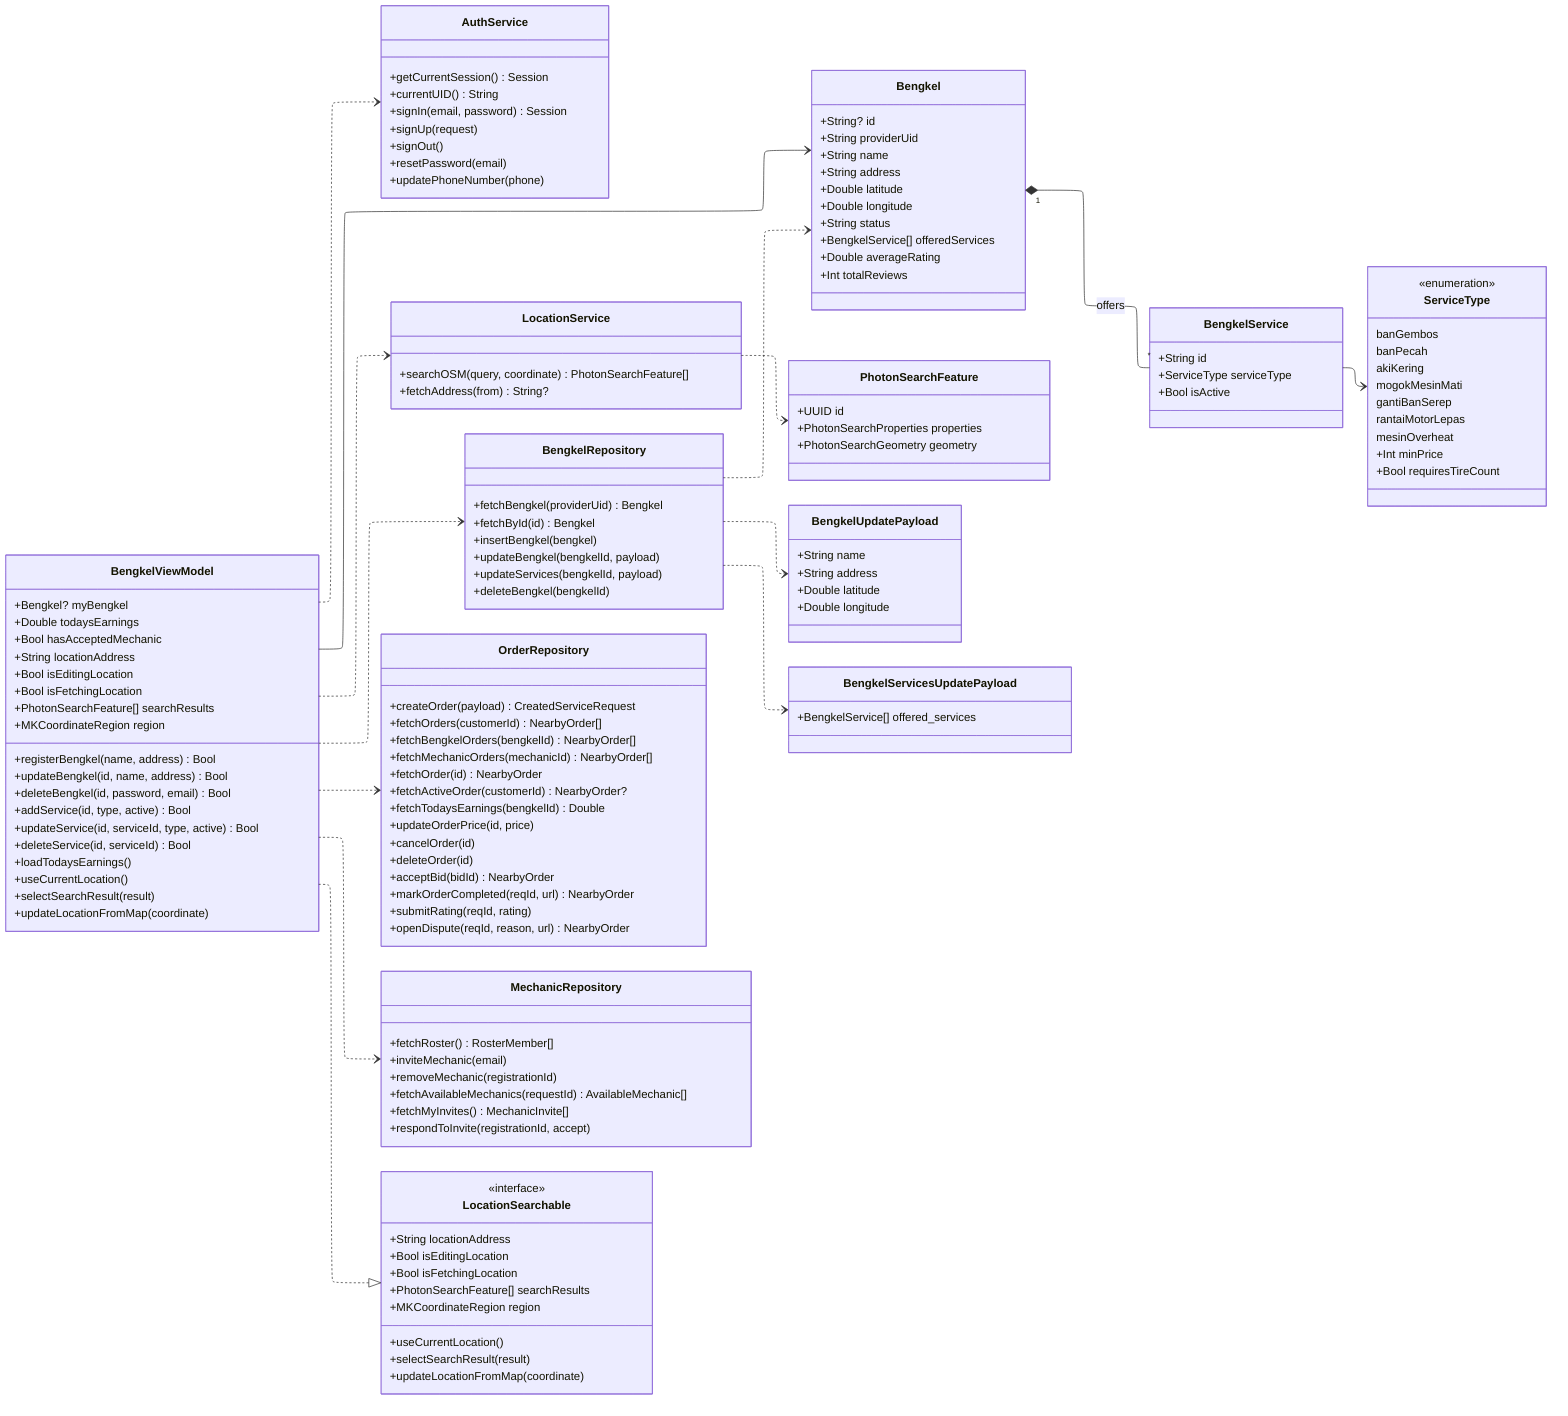
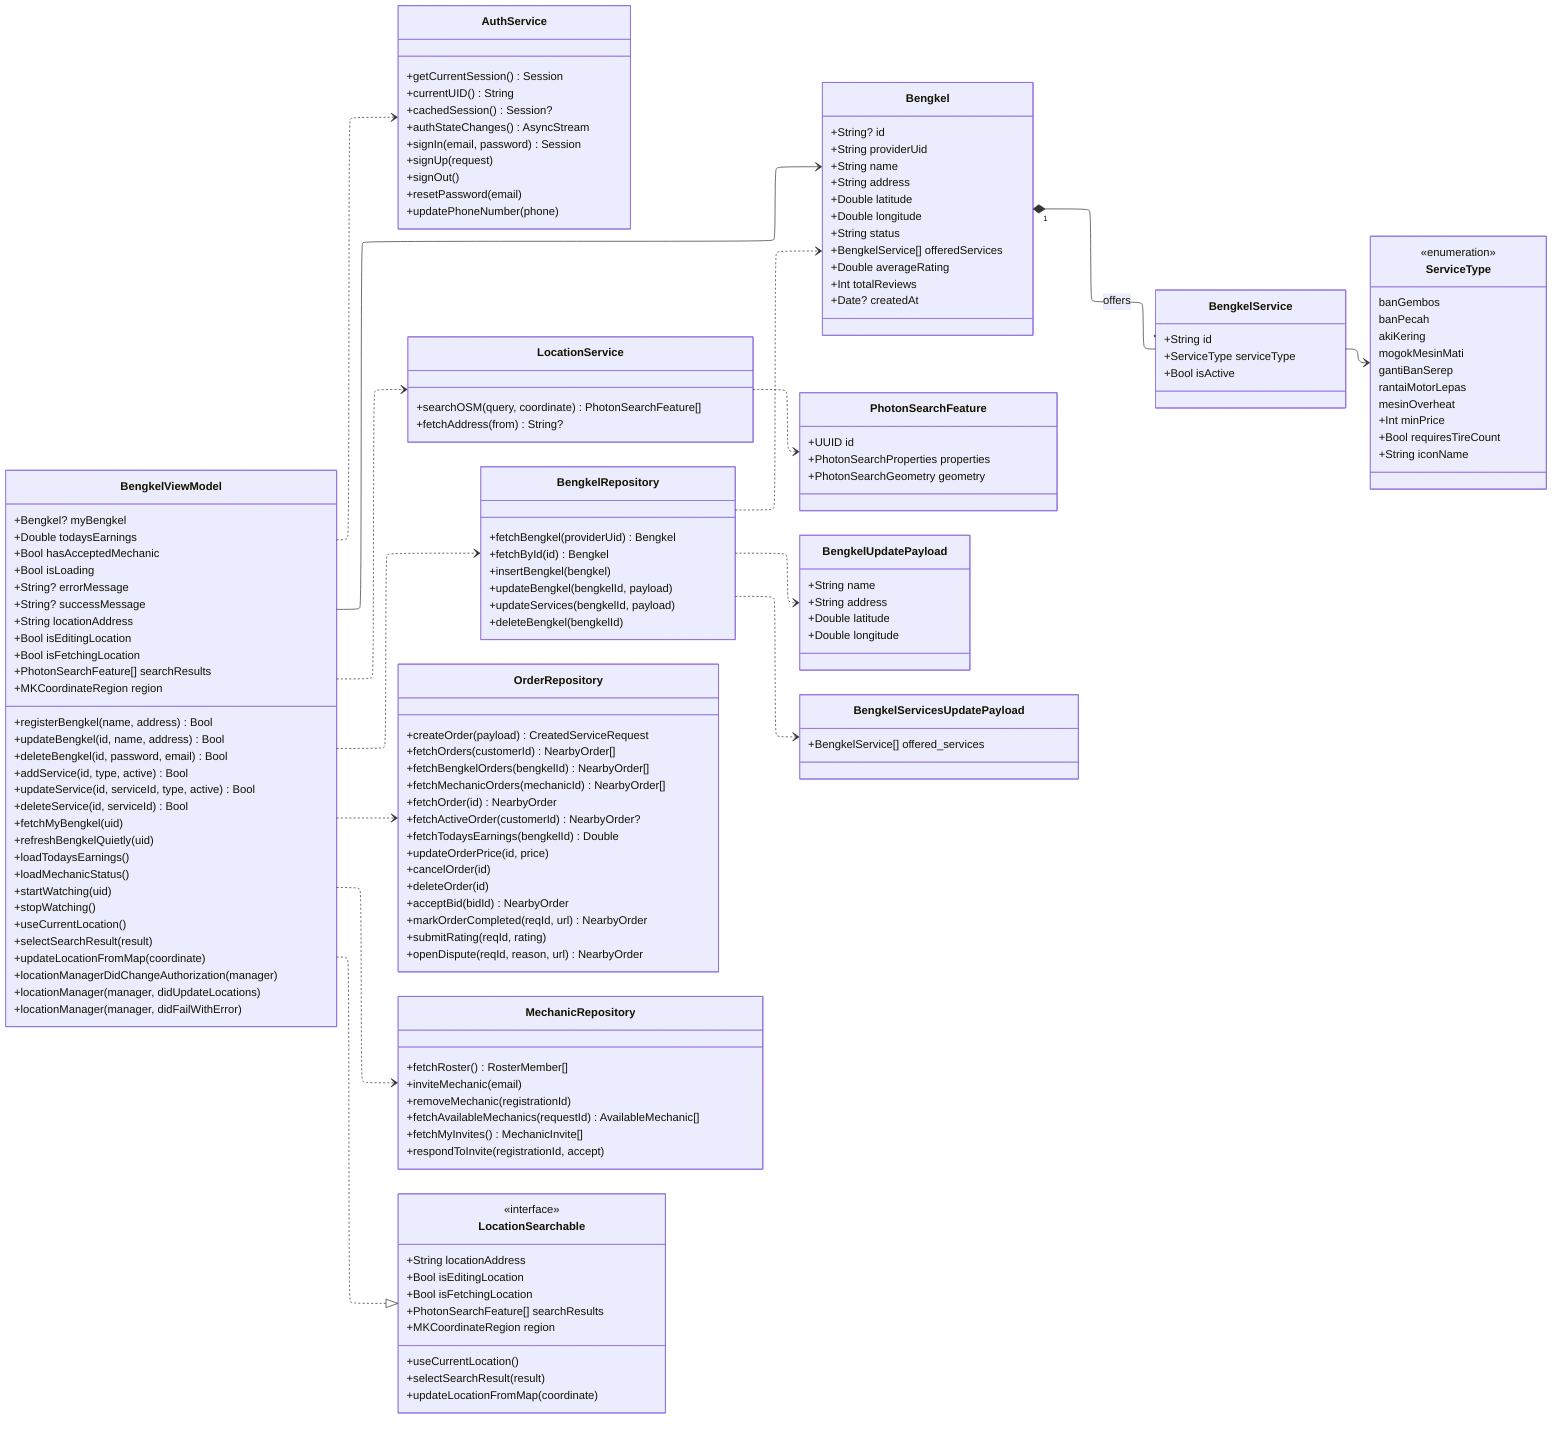
---
config:
  layout: elk
  elk:
    nodePlacementStrategy: LINEAR_SEGMENTS
    mergeEdges: false
---
classDiagram
    direction LR

    class AuthService {
        +getCurrentSession() Session
        +currentUID() String
+         +cachedSession() Session?
+         +authStateChanges() AsyncStream
        +signIn(email, password) Session
        +signUp(request)
        +signOut()
        +resetPassword(email)
        +updatePhoneNumber(phone)
    }
    class LocationService {
        +searchOSM(query, coordinate) PhotonSearchFeature[]
        +fetchAddress(from) String?
    }
    class BengkelRepository {
        +fetchBengkel(providerUid) Bengkel
        +fetchById(id) Bengkel
        +insertBengkel(bengkel)
        +updateBengkel(bengkelId, payload)
        +updateServices(bengkelId, payload)
        +deleteBengkel(bengkelId)
    }
    class OrderRepository {
        +createOrder(payload) CreatedServiceRequest
        +fetchOrders(customerId) NearbyOrder[]
        +fetchBengkelOrders(bengkelId) NearbyOrder[]
        +fetchMechanicOrders(mechanicId) NearbyOrder[]
        +fetchOrder(id) NearbyOrder
        +fetchActiveOrder(customerId) NearbyOrder?
        +fetchTodaysEarnings(bengkelId) Double
        +updateOrderPrice(id, price)
        +cancelOrder(id)
        +deleteOrder(id)
        +acceptBid(bidId) NearbyOrder
        +markOrderCompleted(reqId, url) NearbyOrder
        +submitRating(reqId, rating)
        +openDispute(reqId, reason, url) NearbyOrder
    }
    class MechanicRepository {
        +fetchRoster() RosterMember[]
        +inviteMechanic(email)
        +removeMechanic(registrationId)
        +fetchAvailableMechanics(requestId) AvailableMechanic[]
        +fetchMyInvites() MechanicInvite[]
        +respondToInvite(registrationId, accept)
    }
    class Bengkel {
        +String? id
        +String providerUid
        +String name
        +String address
        +Double latitude
        +Double longitude
        +String status
        +BengkelService[] offeredServices
        +Double averageRating
        +Int totalReviews
+         +Date? createdAt
    }
    class BengkelViewModel {
        +Bengkel? myBengkel
        +Double todaysEarnings
        +Bool hasAcceptedMechanic
+         +Bool isLoading
+         +String? errorMessage
+         +String? successMessage
        +String locationAddress
        +Bool isEditingLocation
        +Bool isFetchingLocation
        +PhotonSearchFeature[] searchResults
        +MKCoordinateRegion region
        +registerBengkel(name, address) Bool
        +updateBengkel(id, name, address) Bool
        +deleteBengkel(id, password, email) Bool
        +addService(id, type, active) Bool
        +updateService(id, serviceId, type, active) Bool
        +deleteService(id, serviceId) Bool
+         +fetchMyBengkel(uid)
+         +refreshBengkelQuietly(uid)
        +loadTodaysEarnings()
+         +loadMechanicStatus()
+         +startWatching(uid)
+         +stopWatching()
        +useCurrentLocation()
        +selectSearchResult(result)
        +updateLocationFromMap(coordinate)
+         +locationManagerDidChangeAuthorization(manager)
+         +locationManager(manager, didUpdateLocations)
+         +locationManager(manager, didFailWithError)
    }
    class LocationSearchable {
        <<interface>>
        +String locationAddress
        +Bool isEditingLocation
        +Bool isFetchingLocation
        +PhotonSearchFeature[] searchResults
        +MKCoordinateRegion region
        +useCurrentLocation()
        +selectSearchResult(result)
        +updateLocationFromMap(coordinate)
    }
    class BengkelService {
        +String id
        +ServiceType serviceType
        +Bool isActive
    }
    class ServiceType {
        <<enumeration>>
        banGembos
        banPecah
        akiKering
        mogokMesinMati
        gantiBanSerep
        rantaiMotorLepas
        mesinOverheat
        +Int minPrice
        +Bool requiresTireCount
+         +String iconName
    }
    class PhotonSearchFeature {
        +UUID id
        +PhotonSearchProperties properties
        +PhotonSearchGeometry geometry
    }
    class BengkelUpdatePayload {
        +String name
        +String address
        +Double latitude
        +Double longitude
    }
    class BengkelServicesUpdatePayload {
        +BengkelService[] offered_services
    }

    BengkelViewModel ..|> LocationSearchable
    BengkelViewModel ..> BengkelRepository
    BengkelViewModel ..> LocationService
    BengkelViewModel ..> OrderRepository
    BengkelViewModel ..> MechanicRepository
    BengkelViewModel ..> AuthService
    BengkelViewModel --> Bengkel
    BengkelRepository ..> Bengkel
    BengkelRepository ..> BengkelUpdatePayload
    BengkelRepository ..> BengkelServicesUpdatePayload
    LocationService ..> PhotonSearchFeature
    Bengkel "1" *-- "*" BengkelService : offers
    BengkelService --> ServiceType

